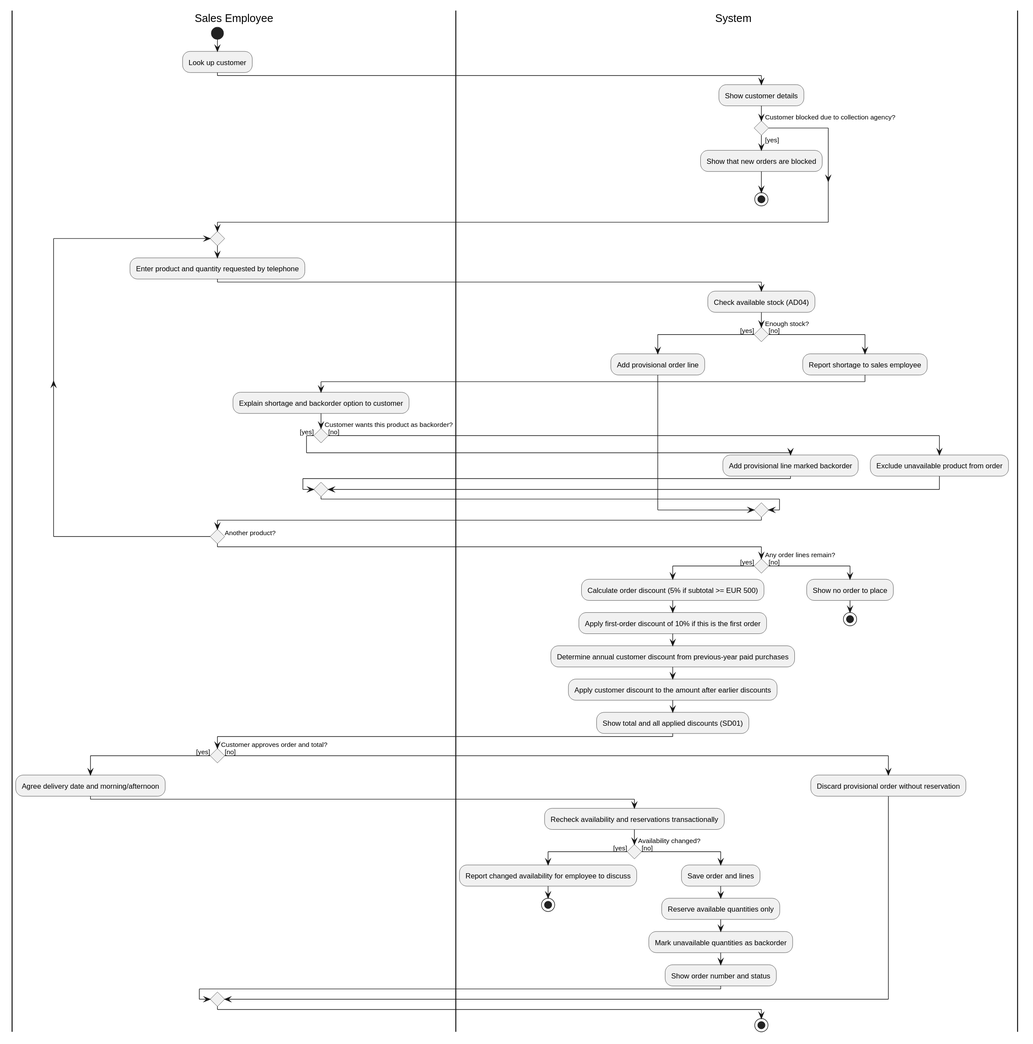
This is Documentation/Architecture/uml/export/activity_diagrams/AD05_Enter_order.svg from ViktorQorri/Project-Timaflu, a PlantUML export, as it was before one commit.
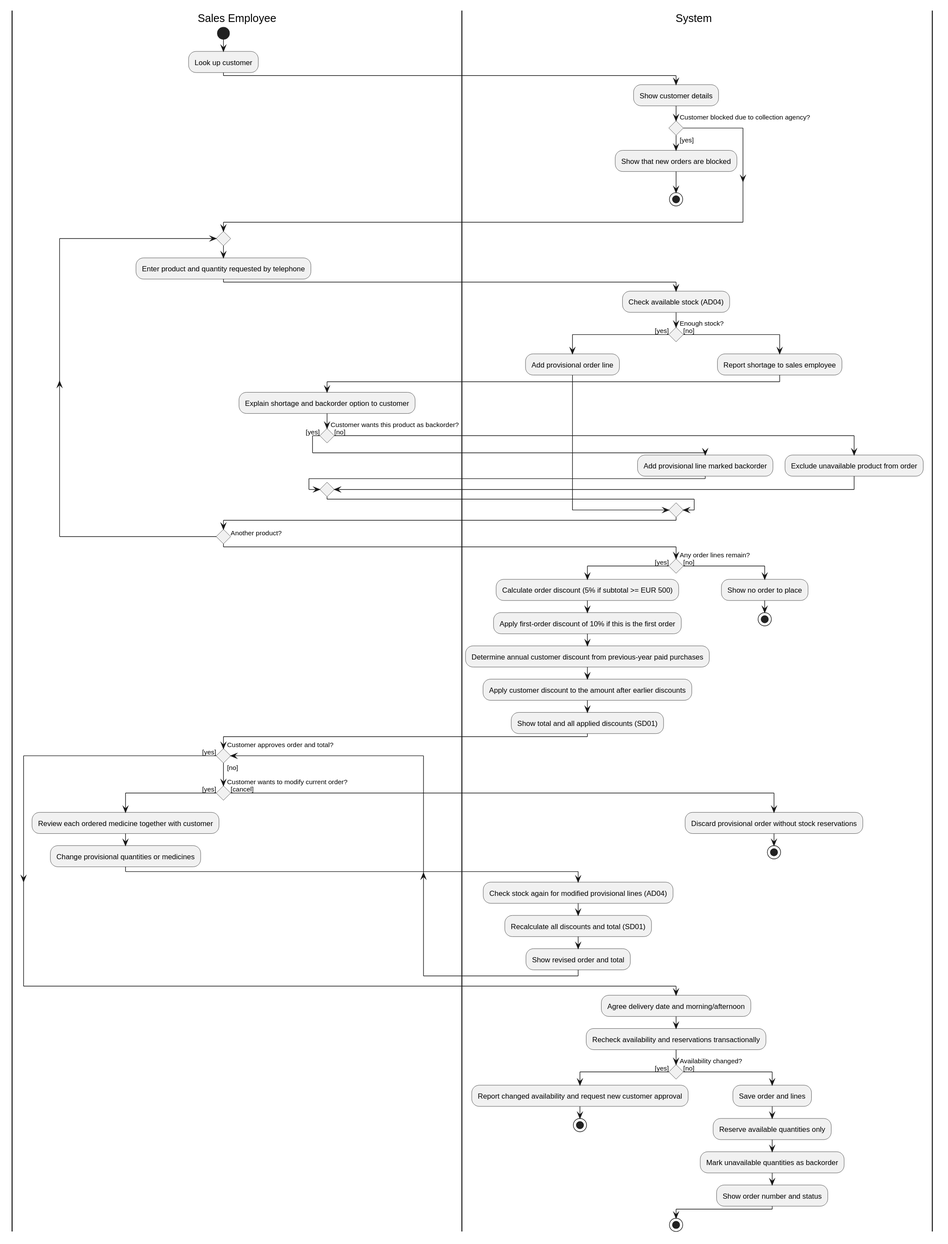
The same diagram one commit later.

Commit message:
Allow customer to amend or cancel order before approval per case

Diff of the diagram source:
```diff
@@ -45,21 +45,32 @@
   stop
 endif
 |Sales Employee|
-if (Customer approves order and total?) then ([yes])
-  :Agree delivery date and morning/afternoon;
-  |System|
-  :Recheck availability and reservations transactionally;
-  if (Availability changed?) then ([yes])
-    :Report changed availability for employee to discuss;
+while (Customer approves order and total?) is ([no])
+  if (Customer wants to modify current order?) then ([yes])
+    :Review each ordered medicine together with customer;
+    :Change provisional quantities or medicines;
+    |System|
+    :Check stock again for modified provisional lines (AD04);
+    :Recalculate all discounts and total (SD01);
+    :Show revised order and total;
+    |Sales Employee|
+  else ([cancel])
+    |System|
+    :Discard provisional order without stock reservations;
     stop
-  else ([no])
-    :Save order and lines;
-    :Reserve available quantities only;
-    :Mark unavailable quantities as backorder;
-    :Show order number and status;
   endif
+endwhile ([yes])
+:Agree delivery date and morning/afternoon;
+|System|
+:Recheck availability and reservations transactionally;
+if (Availability changed?) then ([yes])
+  :Report changed availability and request new customer approval;
+  stop
 else ([no])
-  :Discard provisional order without reservation;
+  :Save order and lines;
+  :Reserve available quantities only;
+  :Mark unavailable quantities as backorder;
+  :Show order number and status;
 endif
 stop
 @enduml
```
